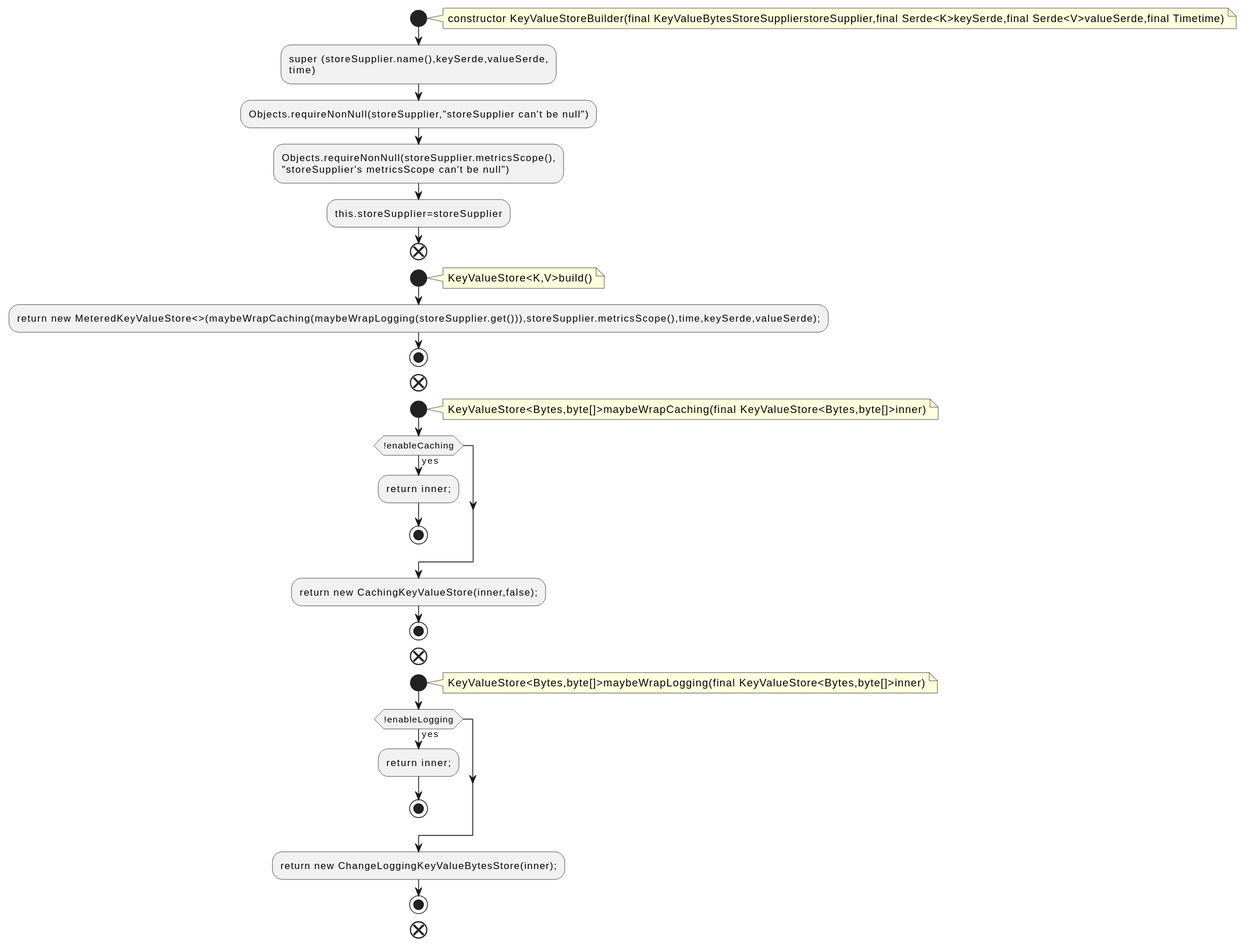
This is docs/qc/streams/src/main/java/org/apache/kafka/streams/state/internals/KeyValueStoreBuilder.java.fct.svg from qualitesys/kafka, a PlantUML export, as it was before one commit.
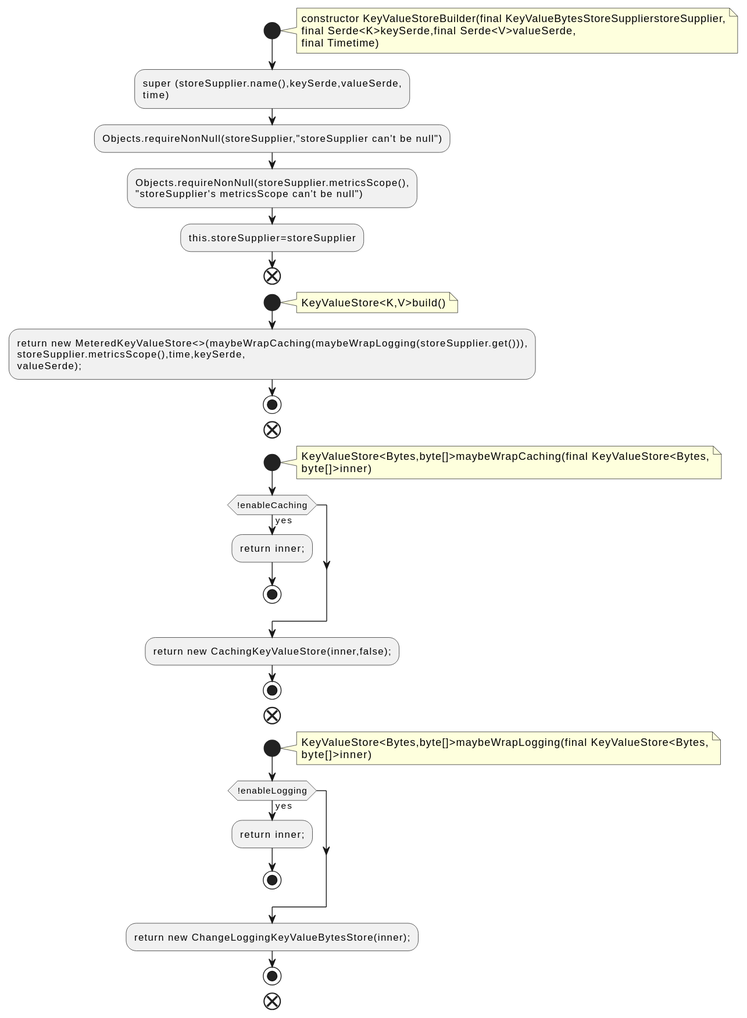
The same file after the commit.

Change to the diagram source:
```diff
@@ -2,7 +2,9 @@
 !pragma layout smetana
 start
 note right
-constructor KeyValueStoreBuilder(final KeyValueBytesStoreSupplierstoreSupplier,final Serde<K>keySerde,final Serde<V>valueSerde,final Timetime)
+constructor KeyValueStoreBuilder(final KeyValueBytesStoreSupplierstoreSupplier,
+final Serde<K>keySerde,final Serde<V>valueSerde,
+final Timetime)
 end note
 :super (storeSupplier.name(),keySerde,valueSerde,
 time);
@@ -15,12 +17,15 @@
 note right
 KeyValueStore<K,V>build()
 end note
-:return new MeteredKeyValueStore<>(maybeWrapCaching(maybeWrapLogging(storeSupplier.get())),storeSupplier.metricsScope(),time,keySerde,valueSerde);;
+:return new MeteredKeyValueStore<>(maybeWrapCaching(maybeWrapLogging(storeSupplier.get())),
+storeSupplier.metricsScope(),time,keySerde,
+valueSerde);;
 stop
 end
 start
 note right
-KeyValueStore<Bytes,byte[]>maybeWrapCaching(final KeyValueStore<Bytes,byte[]>inner)
+KeyValueStore<Bytes,byte[]>maybeWrapCaching(final KeyValueStore<Bytes,
+byte[]>inner)
 end note
 if (!enableCaching) then (yes)
 :return inner;;
@@ -31,7 +36,8 @@
 end
 start
 note right
-KeyValueStore<Bytes,byte[]>maybeWrapLogging(final KeyValueStore<Bytes,byte[]>inner)
+KeyValueStore<Bytes,byte[]>maybeWrapLogging(final KeyValueStore<Bytes,
+byte[]>inner)
 end note
 if (!enableLogging) then (yes)
 :return inner;;
```
